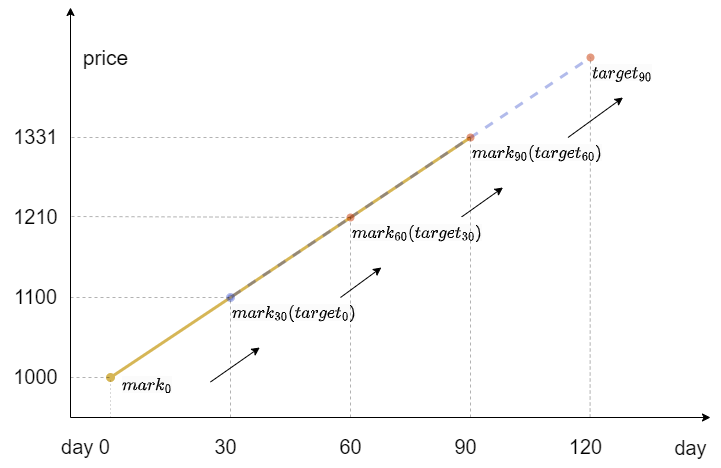
Earlier version of the draw.io export 2022-12-backed/image/2022-12-backed_static.png (141345/report-assets). Source tidied: cells renumbered, new cells last; positions are measured from the earlier drawing's top-left corner, leaving out a move shared by most shapes.
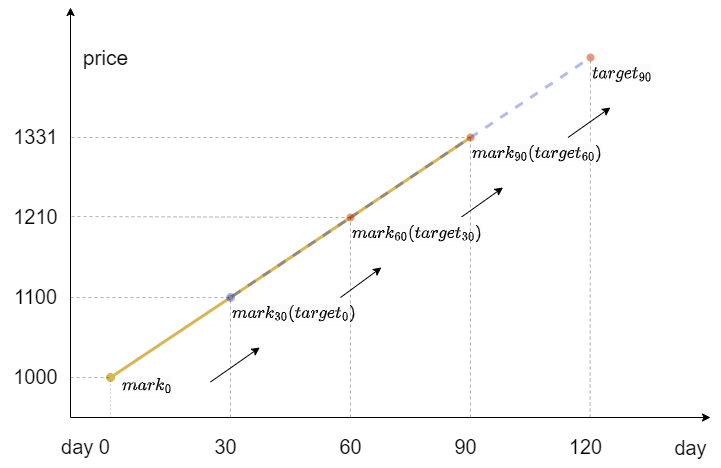
The same diagram one commit later.

Diff of the diagram source:
```diff
@@ -106,8 +106,10 @@
     <mxCell id="27" value="&lt;span style=&quot;color: rgb(0, 0, 0); font-family: Helvetica; font-size: 15px; font-style: normal; font-variant-ligatures: normal; font-variant-caps: normal; font-weight: 400; letter-spacing: normal; orphans: 2; text-align: center; text-indent: 0px; text-transform: none; widows: 2; word-spacing: 0px; -webkit-text-stroke-width: 0px; background-color: rgb(251, 251, 251); text-decoration-thickness: initial; text-decoration-style: initial; text-decoration-color: initial; float: none; display: inline !important;&quot;&gt;$$target_{90}$$&lt;/span&gt;" style="text;whiteSpace=wrap;html=1;fontSize=15;fontFamily=Helvetica;fontColor=default;" parent="1" vertex="1">
       <mxGeometry x="590" y="50" width="130" height="40" as="geometry" />
     </mxCell>
-    <mxCell id="28" style="rounded=0;jettySize=auto;html=1;fontSize=20;exitX=0.75;exitY=0;exitDx=0;exitDy=0;entryX=0.25;entryY=1;entryDx=0;entryDy=0;" parent="1" edge="1" source="26" target="27">
-      <mxGeometry relative="1" as="geometry" />
+    <mxCell id="28" style="rounded=0;jettySize=auto;html=1;fontSize=20;exitX=0.75;exitY=0;exitDx=0;exitDy=0;" parent="1" edge="1" source="26">
+      <mxGeometry relative="1" as="geometry">
+        <mxPoint x="610" y="100" as="targetPoint" />
+      </mxGeometry>
     </mxCell>
     <mxCell id="29" value="&lt;font style=&quot;font-size: 20px;&quot;&gt;60&lt;/font&gt;" style="text;html=1;align=center;verticalAlign=middle;strokeColor=none;fillColor=none;fontSize=22;" parent="1" vertex="1">
       <mxGeometry x="325" y="420" width="50" height="40" as="geometry" />
```
